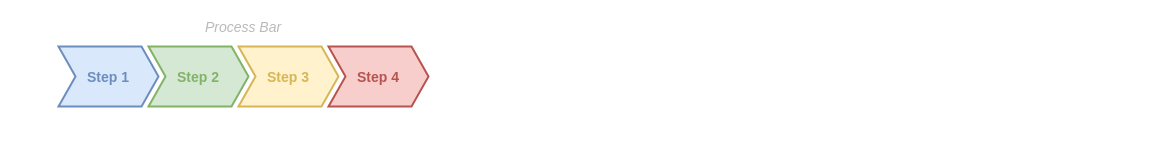
Above: arquitetura Pedagogicae.drawio in RosianeSangali/RosianeSangali (draw.io), before the change. Source tidied: cells renumbered, new cells numbered last; positions are measured from the earlier drawing's top-left corner, leaving out a move shared by most shapes. Both pictures are drawn from the tidied source at 100%, with x=0, y=0 at pixel (48, 16).
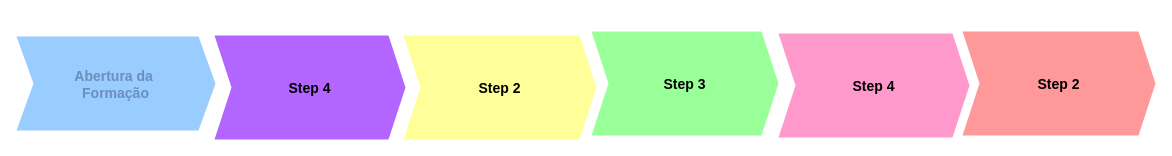
The same page after the edit.

Change to the diagram source:
```diff
@@
 <mxGraphModel>
   <root>
     <mxCell id="0" />
     <mxCell id="1" parent="0" />
-    <mxCell id="2" value="Process Bar" style="swimlane;fontStyle=2;horizontal=1;startSize=20;fillColor=none;swimlaneFillColor=none;strokeColor=none;fontFamily=Helvetica;fontSize=14;fontColor=#BABABA;verticalAlign=middle;stackBorder=10;" parent="1" vertex="1">
-      <mxGeometry width="390" height="100" as="geometry" />
-    </mxCell>
-    <mxCell id="3" value="Step 1" style="shape=step;perimeter=stepPerimeter;strokeColor=#6C8EBF;fontFamily=Helvetica;fontSize=14;fontColor=#6C8EBF;fillColor=#dae8fc;fixedSize=1;size=17;fontStyle=1;strokeWidth=2;spacingTop=0;" parent="2" vertex="1">
-      <mxGeometry x="10" y="30" width="100" height="60" as="geometry" />
+    <mxCell id="3" value="Abertura da &#10;Formação" style="shape=step;perimeter=stepPerimeter;strokeColor=none;fontFamily=Helvetica;fontSize=14;fontColor=#6C8EBF;fillColor=#99CCFF;fixedSize=1;size=17;fontStyle=1;strokeWidth=2;spacingTop=0;" parent="1" vertex="1">
+      <mxGeometry x="-32" y="20" width="199" height="94" as="geometry" />
     </mxCell>
-    <mxCell id="4" value="Step 2" style="shape=step;perimeter=stepPerimeter;strokeColor=#82B366;fontFamily=Helvetica;fontSize=14;fontColor=#82B366;fillColor=#d5e8d4;fixedSize=1;size=17;fontStyle=1;strokeWidth=2;spacingTop=0;" parent="2" vertex="1">
-      <mxGeometry x="100" y="30" width="100" height="60" as="geometry" />
+    <mxCell id="4" value="Step 2" style="shape=step;perimeter=stepPerimeter;strokeColor=none;fontFamily=Helvetica;fontSize=14;fillColor=#FFFF99;fixedSize=1;size=17;fontStyle=1;strokeWidth=2;spacingTop=0;" parent="1" vertex="1">
+      <mxGeometry x="355" y="19" width="193" height="104" as="geometry" />
     </mxCell>
+    <mxCell id="6" value="Step 4" style="shape=step;perimeter=stepPerimeter;strokeColor=none;fontFamily=Helvetica;fontSize=14;fillColor=#B266FF;fixedSize=1;size=17;fontStyle=1;strokeWidth=2;spacingTop=0;" parent="1" vertex="1">
+      <mxGeometry x="166" y="19" width="191" height="104" as="geometry" />
+    </mxCell>
+    <mxCell id="7" value="Step 2" style="shape=step;perimeter=stepPerimeter;strokeColor=none;fontFamily=Helvetica;fontSize=14;fillColor=#FF9999;fixedSize=1;size=17;fontStyle=1;strokeWidth=2;spacingTop=0;" parent="1" vertex="1">
+      <mxGeometry x="914" y="15" width="193" height="104" as="geometry" />
+    </mxCell>
-    <mxCell id="5" value="Step 3" style="shape=step;perimeter=stepPerimeter;strokeColor=#D6B656;fontFamily=Helvetica;fontSize=14;fontColor=#D6B656;fillColor=#fff2cc;fixedSize=1;size=17;fontStyle=1;strokeWidth=2;spacingTop=0;" parent="2" vertex="1">
-      <mxGeometry x="190" y="30" width="100" height="60" as="geometry" />
+    <mxCell id="5" value="Step 3" style="shape=step;perimeter=stepPerimeter;strokeColor=none;fontFamily=Helvetica;fontSize=14;fillColor=#99FF99;fixedSize=1;size=17;fontStyle=1;strokeWidth=2;spacingTop=0;" parent="1" vertex="1">
+      <mxGeometry x="543" y="15" width="187" height="104" as="geometry" />
     </mxCell>
-    <mxCell id="6" value="Step 4" style="shape=step;perimeter=stepPerimeter;strokeColor=#B85450;fontFamily=Helvetica;fontSize=14;fontColor=#B85450;fillColor=#f8cecc;fixedSize=1;size=17;fontStyle=1;strokeWidth=2;spacingTop=0;" parent="2" vertex="1">
-      <mxGeometry x="280" y="30" width="100" height="60" as="geometry" />
-    </mxCell>
+    <mxCell id="8" value="Step 4" style="shape=step;perimeter=stepPerimeter;strokeColor=none;fontFamily=Helvetica;fontSize=14;fillColor=#FF99CC;fixedSize=1;size=17;fontStyle=1;strokeWidth=2;spacingTop=0;" parent="1" vertex="1">
+      <mxGeometry x="730" y="17" width="191" height="104" as="geometry" />
+    </mxCell>
   </root>
 </mxGraphModel>
```
